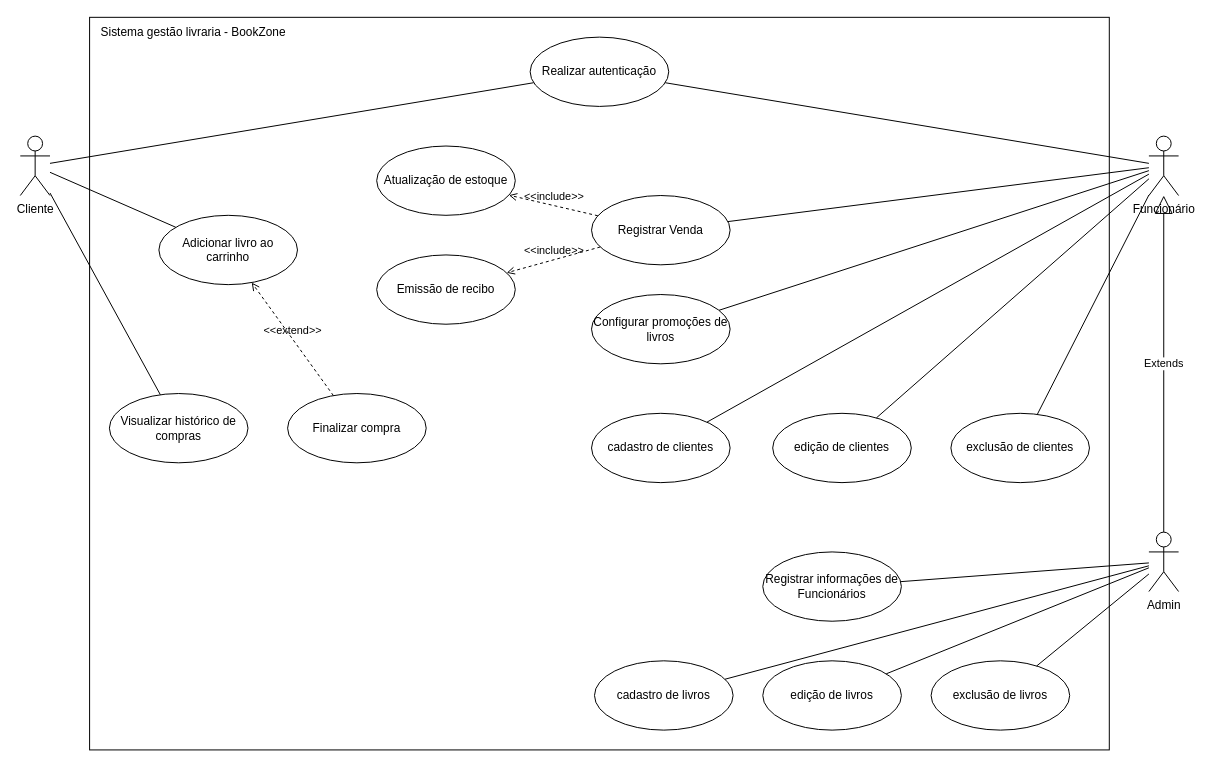
Above: page "Casos de Uso" (1 of 2) of BookZone.drawio in Guilherme-Domingos/Draw.io (draw.io), before the change. Source tidied: cells renumbered, new cells numbered last; positions are measured from the earlier drawing's top-left corner, leaving out a move shared by most shapes. Both pictures are drawn from the tidied source at 99%, with x=0, y=0 at pixel (20, 17).
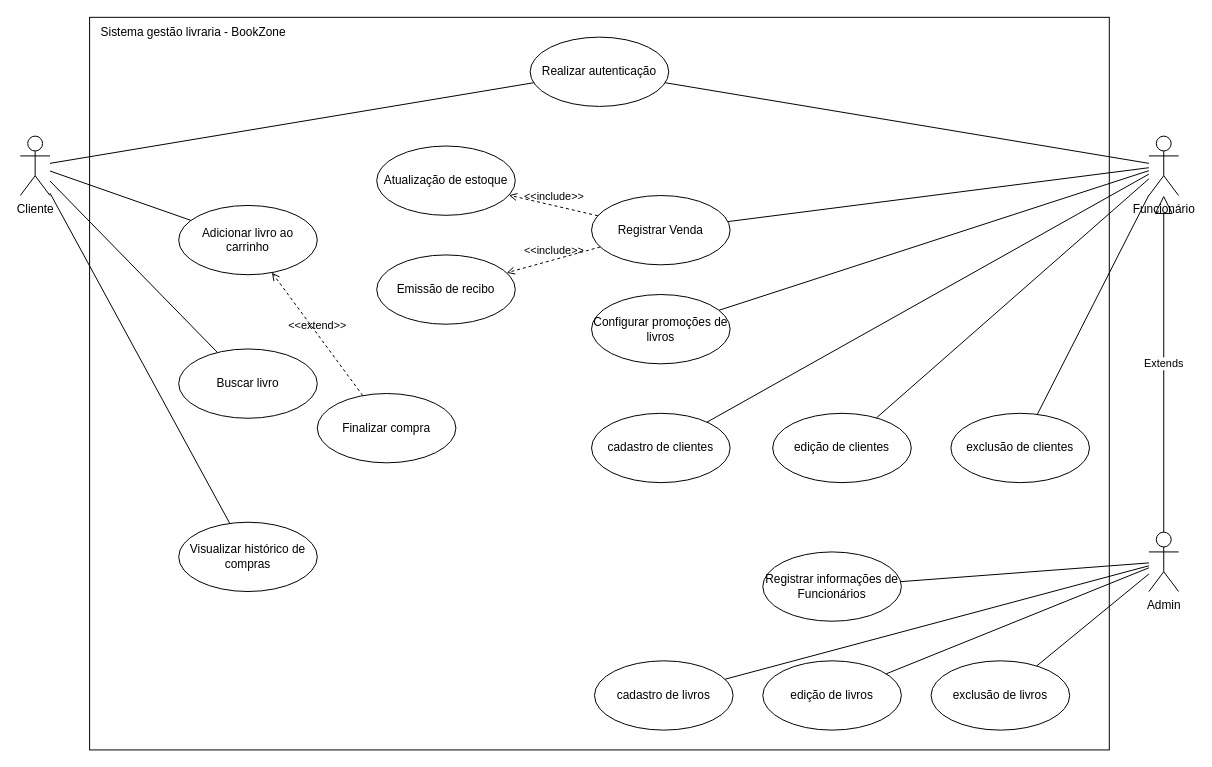
The same diagram, later.

The change refers to these unchanged cells:
```xml
<mxCell id="2" value="Cliente" style="shape=umlActor;verticalLabelPosition=bottom;verticalAlign=top;html=1;outlineConnect=0;" parent="1" vertex="1">
  <mxGeometry y="120" width="30" height="60" as="geometry" />
</mxCell>
```

Change to the diagram source:
```diff
@@
     <mxCell id="32" value="Adicionar livro ao carrinho" style="ellipse;whiteSpace=wrap;html=1;" parent="1" vertex="1">
-      <mxGeometry x="140" y="200" width="140" height="70" as="geometry" />
+      <mxGeometry x="160" y="190" width="140" height="70" as="geometry" />
     </mxCell>
@@
     <mxCell id="34" value="Finalizar compra" style="ellipse;whiteSpace=wrap;html=1;" parent="1" vertex="1">
-      <mxGeometry x="270" y="380" width="140" height="70" as="geometry" />
+      <mxGeometry x="300" y="380" width="140" height="70" as="geometry" />
     </mxCell>
@@
     <mxCell id="36" value="Visualizar histórico de compras" style="ellipse;whiteSpace=wrap;html=1;" parent="1" vertex="1">
-      <mxGeometry x="90" y="380" width="140" height="70" as="geometry" />
+      <mxGeometry x="160" y="510" width="140" height="70" as="geometry" />
     </mxCell>
@@
+    <mxCell id="39" value="Buscar livro" style="ellipse;whiteSpace=wrap;html=1;" parent="1" vertex="1">
+      <mxGeometry x="160" y="335" width="140" height="70" as="geometry" />
+    </mxCell>
+    <mxCell id="40" style="endArrow=none;html=1;rounded=0;" parent="1" edge="1" source="39" target="2">
+      <mxGeometry relative="1" as="geometry" />
+    </mxCell>
```
